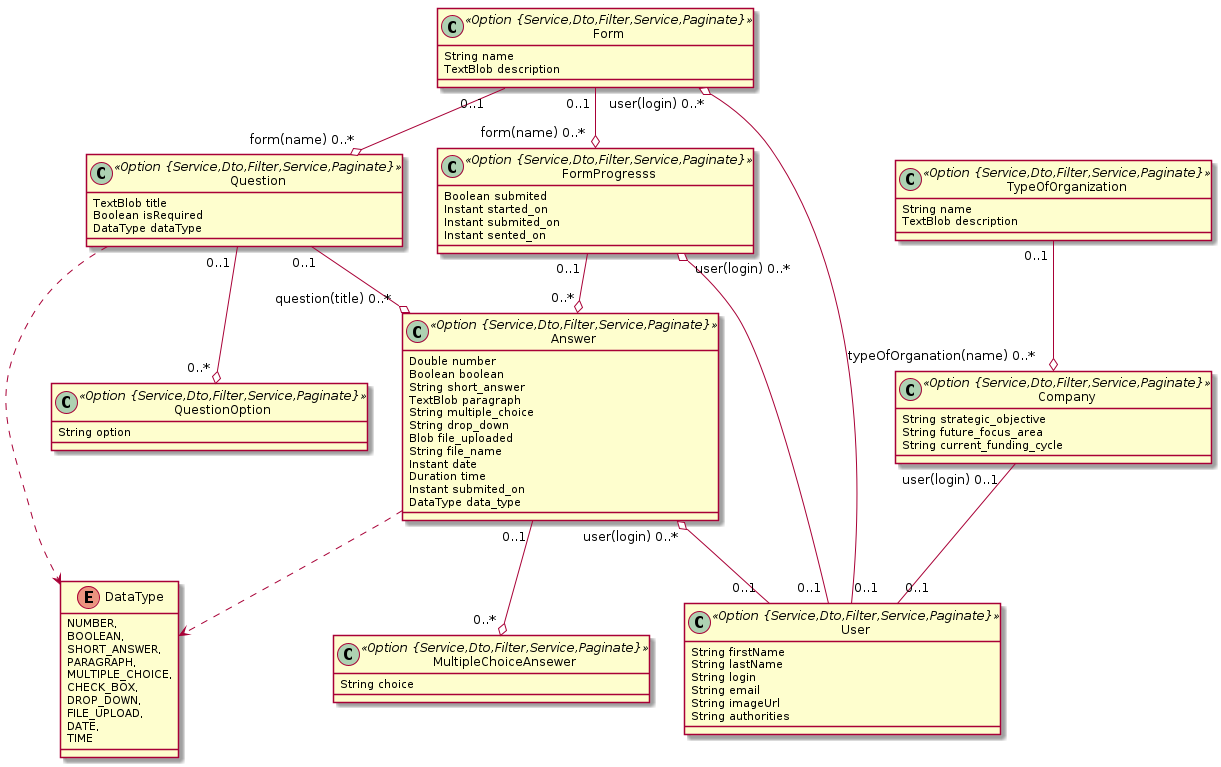
Earlier version of the PlantUML export schema.png (hailemaryam/jcc-servey-form).
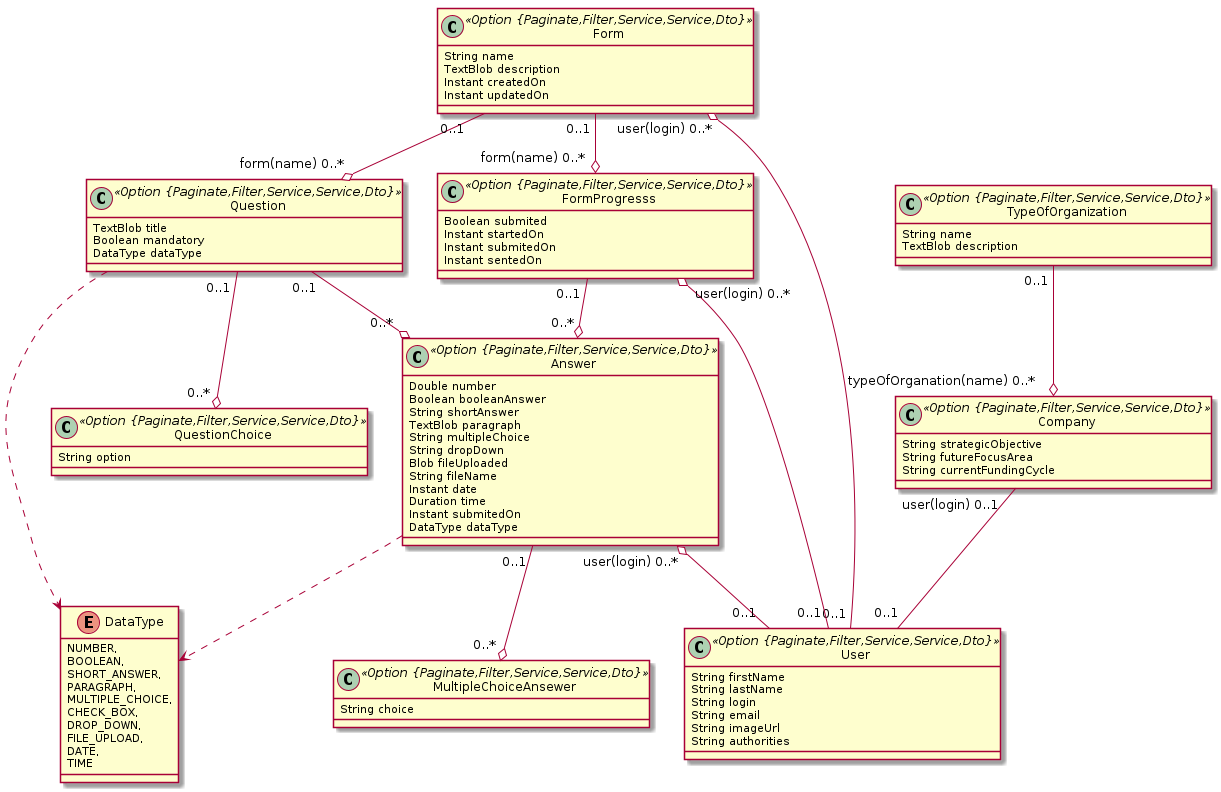
After the change.

What changed in the source:
```diff
@@ -12,56 +12,58 @@
 		DATE,
 		TIME
 	}
-	class Form <<Option {Service,Dto,Filter,Service,Paginate}>> {
+	class Form <<Option {Paginate,Filter,Service,Service,Dto}>> {
+		String name
+		TextBlob description
+		Instant createdOn
+		Instant updatedOn
+	}
+	class Question <<Option {Paginate,Filter,Service,Service,Dto}>> {
+		TextBlob title
+		Boolean mandatory
+		DataType dataType
+	}
+	Question ..> DataType
+	class QuestionChoice <<Option {Paginate,Filter,Service,Service,Dto}>> {
+		String option
+	}
+	class FormProgresss <<Option {Paginate,Filter,Service,Service,Dto}>> {
+		Boolean submited
+		Instant startedOn
+		Instant submitedOn
+		Instant sentedOn
+	}
+	class Answer <<Option {Paginate,Filter,Service,Service,Dto}>> {
+		Double number
+		Boolean booleanAnswer
+		String shortAnswer
+		TextBlob paragraph
+		String multipleChoice
+		String dropDown
+		Blob fileUploaded
+		String fileName
+		Instant date
+		Duration time
+		Instant submitedOn
+		DataType dataType
+	}
+	Answer ..> DataType
+	class MultipleChoiceAnsewer <<Option {Paginate,Filter,Service,Service,Dto}>> {
+		String choice
+	}
+	class TypeOfOrganization <<Option {Paginate,Filter,Service,Service,Dto}>> {
 		String name
 		TextBlob description
 	}
-	class Question <<Option {Service,Dto,Filter,Service,Paginate}>> {
-		TextBlob title
-		Boolean isRequired
-		DataType dataType
-	}
-	Question ..> DataType
-	class QuestionOption <<Option {Service,Dto,Filter,Service,Paginate}>> {
-		String option
-	}
-	class FormProgresss <<Option {Service,Dto,Filter,Service,Paginate}>> {
-		Boolean submited
-		Instant started_on
-		Instant submited_on
-		Instant sented_on
-	}
-	class Answer <<Option {Service,Dto,Filter,Service,Paginate}>> {
-		Double number
-		Boolean boolean
-		String short_answer
-		TextBlob paragraph
-		String multiple_choice
-		String drop_down
-		Blob file_uploaded
-		String file_name
-		Instant date
-		Duration time
-		Instant submited_on
-		DataType data_type
-	}
-	Answer ..> DataType
-	class MultipleChoiceAnsewer <<Option {Service,Dto,Filter,Service,Paginate}>> {
-		String choice
-	}
-	class TypeOfOrganization <<Option {Service,Dto,Filter,Service,Paginate}>> {
-		String name
-		TextBlob description
-	}
-	class Company <<Option {Service,Dto,Filter,Service,Paginate}>> {
-		String strategic_objective
-		String future_focus_area
-		String current_funding_cycle
+	class Company <<Option {Paginate,Filter,Service,Service,Dto}>> {
+		String strategicObjective
+		String futureFocusArea
+		String currentFundingCycle
 	}
 	Form  "0..1 " --o "form(name) 0..* "  FormProgresss
 	Form  "0..1 " --o "form(name) 0..* "  Question
-	Question  "0..1 " --o "0..* "  QuestionOption
-	Question  "0..1 " --o "question(title) 0..* "  Answer
+	Question  "0..1 " --o "0..* "  QuestionChoice
+	Question  "0..1 " --o "0..* "  Answer
 	FormProgresss  "0..1 " --o "0..* "  Answer
 	Answer  "0..1 " --o "0..* "  MultipleChoiceAnsewer
 	TypeOfOrganization  "0..1 " --o "typeOfOrganation(name) 0..* "  Company
@@ -69,7 +71,7 @@
 	Form  "user(login) 0..* " o-- "0..1 "  User
 	FormProgresss  "user(login) 0..* " o-- "0..1 "  User
 	Company  "user(login) 0..1 " -- "0..1 "  User
-	class User <<Option {Service,Dto,Filter,Service,Paginate}>> {
+	class User <<Option {Paginate,Filter,Service,Service,Dto}>> {
 		String firstName
 		String lastName
 		String login
```
